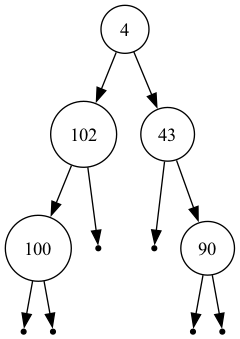
Earlier version of the Graphviz export tree.png (SharQawyCS/Optimal-Binary-Search-Tree). Its source is kept beside it as tree.dot.
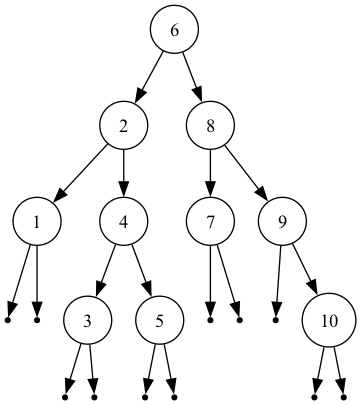
The same file after the commit.

What changed in the source:
```diff
@@ -1,19 +1,34 @@
 digraph OBST {
   node [shape=circle];
-  "4" -> "102";
-  "102" -> "100";
+  "6" -> "2";
+  "2" -> "1";
   null0 [shape=point];
-  "100" -> null0;
+  "1" -> null0;
   null1 [shape=point];
-  "100" -> null1;
+  "1" -> null1;
+  "2" -> "4";
+  "4" -> "3";
   null2 [shape=point];
-  "102" -> null2;
-  "4" -> "43";
+  "3" -> null2;
   null3 [shape=point];
-  "43" -> null3;
-  "43" -> "90";
+  "3" -> null3;
+  "4" -> "5";
   null4 [shape=point];
-  "90" -> null4;
+  "5" -> null4;
   null5 [shape=point];
-  "90" -> null5;
+  "5" -> null5;
+  "6" -> "8";
+  "8" -> "7";
+  null6 [shape=point];
+  "7" -> null6;
+  null7 [shape=point];
+  "7" -> null7;
+  "8" -> "9";
+  null8 [shape=point];
+  "9" -> null8;
+  "9" -> "10";
+  null9 [shape=point];
+  "10" -> null9;
+  null10 [shape=point];
+  "10" -> null10;
 }
```
